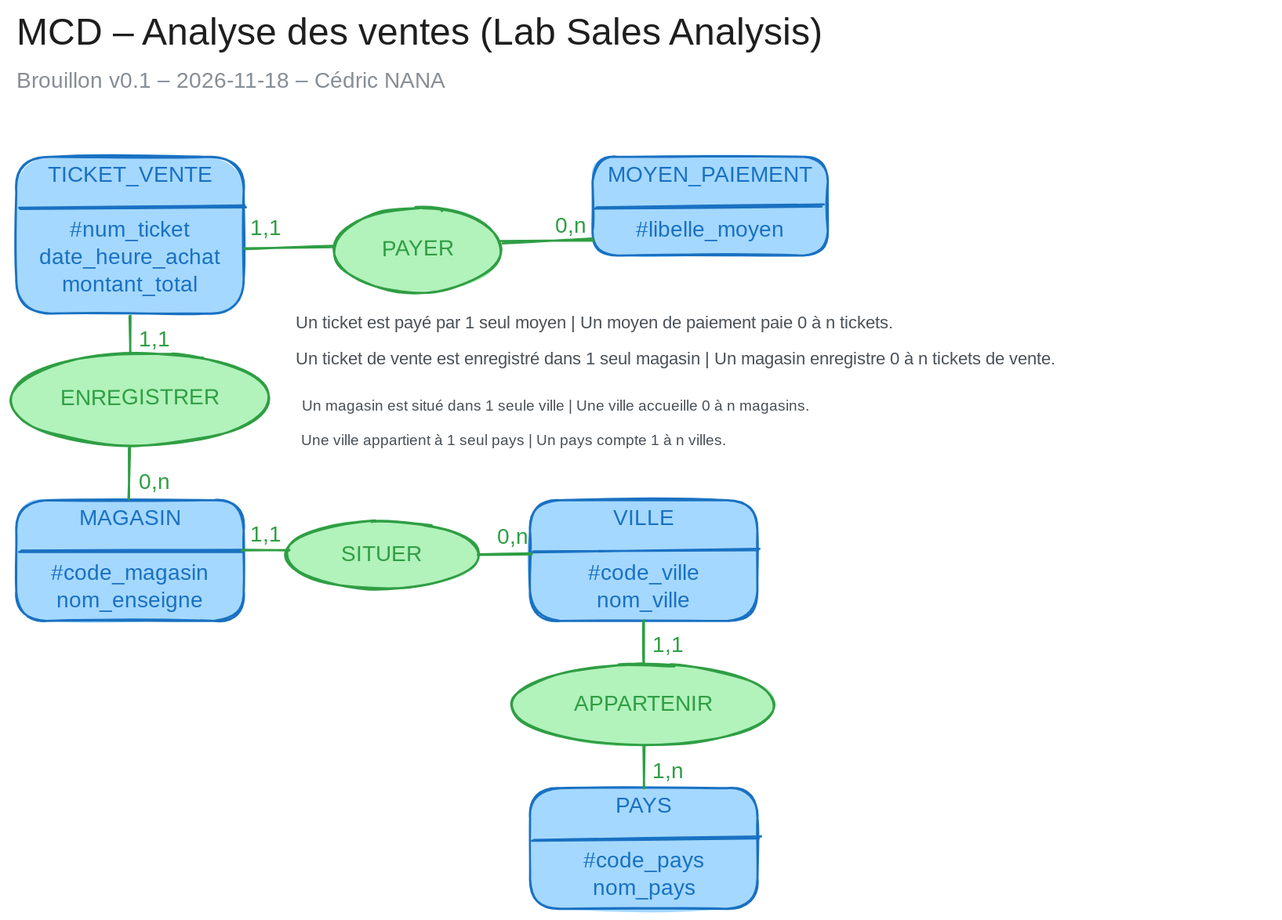
Before: docs/modeles/mcd.excalidraw.svg, a diagram exported from Excalidraw (cnanaj-wq/lab-sales-analysis). Source tidied: one line per element, renumbered; positions are measured from the earlier drawing's top-left corner, leaving out a move shared by most shapes.
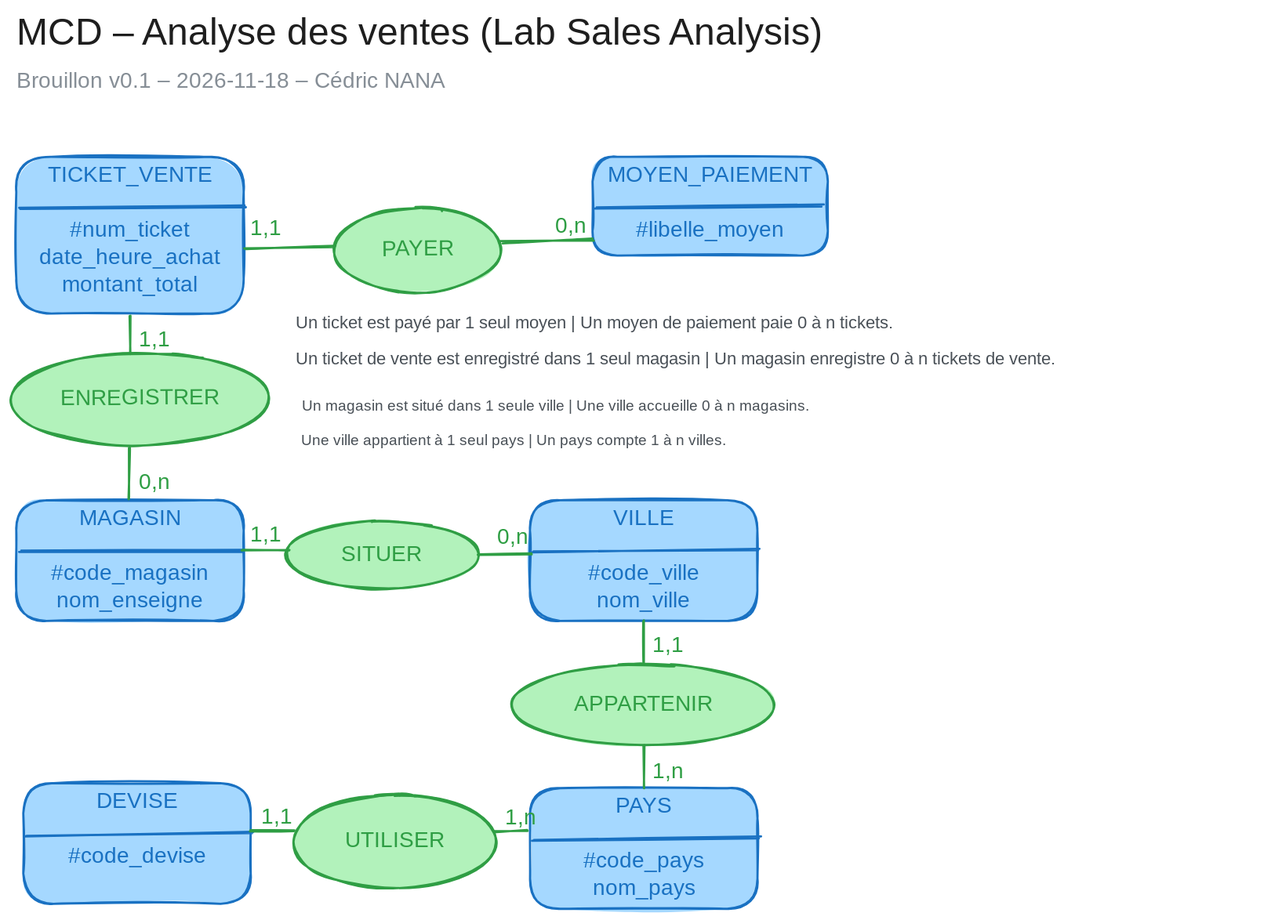
Above is the later version.

Commit message:
docs: ajoute la devise au MCD - Analyse des ventes

What changed in the source:
```diff
@@ -42,4 +42,14 @@
 {"id": 41, "type": "line", "strokeColor": "#2f9e44", "backgroundColor": "#b2f2bb", "fillStyle": "solid", "strokeWidth": 2, "roughness": 1, "round": true, "x": 576, "y": 670, "width": 0, "height": 39, "points": [[0, 0], [0, 39]]}
 {"id": 42, "type": "text", "text": "1,1", "strokeColor": "#2f9e44", "backgroundColor": "#b2f2bb", "fillStyle": "solid", "strokeWidth": 2, "roughness": 1, "fontSize": 20, "fontFamily": 5, "x": 584, "y": 567, "width": 22, "height": 25}
 {"id": 43, "type": "text", "text": "1,n", "strokeColor": "#2f9e44", "backgroundColor": "#b2f2bb", "fillStyle": "solid", "strokeWidth": 2, "roughness": 1, "fontSize": 20, "fontFamily": 5, "x": 584, "y": 681, "width": 24, "height": 25}
-{"id": 44, "type": "text", "text": "Une ville appartient à 1 seul pays | Un pays compte 1 à n villes.", "strokeColor": "#495057", "strokeWidth": 2, "roughness": 1, "fontSize": 13.68, "fontFamily": 5, "x": 264, "y": 383, "width": 489, "height": 17}
+{"id": 44, "type": "text", "text": "Une ville appartient à 1 seul pays | Un pays compte 1 à n villes.", "strokeColor": "#495057", "strokeWidth": 2, "roughness": 1, "fontSize": 13.68, "fontFamily": 5, "x": 726, "y": 624, "width": 489, "height": 17}
+{"id": 45, "type": "rectangle", "strokeColor": "#1971c2", "backgroundColor": "#a5d8ff", "fillStyle": "solid", "strokeWidth": 2, "roughness": 1, "round": true, "x": 11, "y": 708, "width": 207, "height": 110}
+{"id": 46, "type": "text", "text": "DEVISE\n\n#code_devise", "strokeColor": "#1971c2", "backgroundColor": "#a5d8ff", "fillStyle": "solid", "strokeWidth": 2, "roughness": 1, "fontSize": 20, "fontFamily": 5, "textAlign": "center", "inside": 45, "x": 48, "y": 713, "width": 134, "height": 75}
+{"id": 47, "type": "line", "strokeColor": "#1971c2", "backgroundColor": "#a5d8ff", "fillStyle": "solid", "strokeWidth": 2, "roughness": 1, "round": true, "x": 14, "y": 756, "width": 207, "height": 2, "points": [[0, 0], [207, -2]]}
+{"id": 48, "type": "ellipse", "strokeColor": "#2f9e44", "backgroundColor": "#b2f2bb", "fillStyle": "solid", "strokeWidth": 2, "roughness": 1, "round": true, "x": 257, "y": 721, "width": 186, "height": 85}
+{"id": 49, "type": "text", "text": "UTILISER", "strokeColor": "#2f9e44", "backgroundColor": "#b2f2bb", "fillStyle": "solid", "strokeWidth": 2, "roughness": 1, "fontSize": 20, "fontFamily": 5, "textAlign": "center", "verticalAlign": "middle", "inside": 48, "x": 297, "y": 751, "width": 106, "height": 25}
+{"id": 50, "type": "line", "strokeColor": "#2f9e44", "backgroundColor": "#b2f2bb", "fillStyle": "solid", "strokeWidth": 2, "roughness": 1, "round": true, "x": 218, "y": 763, "width": 38, "height": 0, "points": [[0, 0], [38, 0]]}
+{"id": 51, "type": "line", "strokeColor": "#2f9e44", "backgroundColor": "#b2f2bb", "fillStyle": "solid", "strokeWidth": 2, "roughness": 1, "round": true, "x": 443, "y": 763, "width": 30, "height": 0, "points": [[0, 0], [30, 0]]}
+{"id": 52, "type": "text", "text": "1,n", "strokeColor": "#2f9e44", "backgroundColor": "#b2f2bb", "fillStyle": "solid", "strokeWidth": 2, "roughness": 1, "fontSize": 20, "fontFamily": 5, "x": 224, "y": 733, "width": 24, "height": 25}
+{"id": 53, "type": "text", "text": "1,1", "strokeColor": "#2f9e44", "backgroundColor": "#b2f2bb", "fillStyle": "solid", "strokeWidth": 2, "roughness": 1, "fontSize": 20, "fontFamily": 5, "x": 445, "y": 733, "width": 22, "height": 25}
+{"id": 54, "type": "text", "text": "Un pays utilise 1 seule devise | Une devise est utilisée par 1 à n pays (EUR : 5 pays).", "strokeColor": "#495057", "strokeWidth": 2, "roughness": 1, "fontSize": 13.68, "fontFamily": 5, "x": 22, "y": 838, "width": 655, "height": 17}
```
